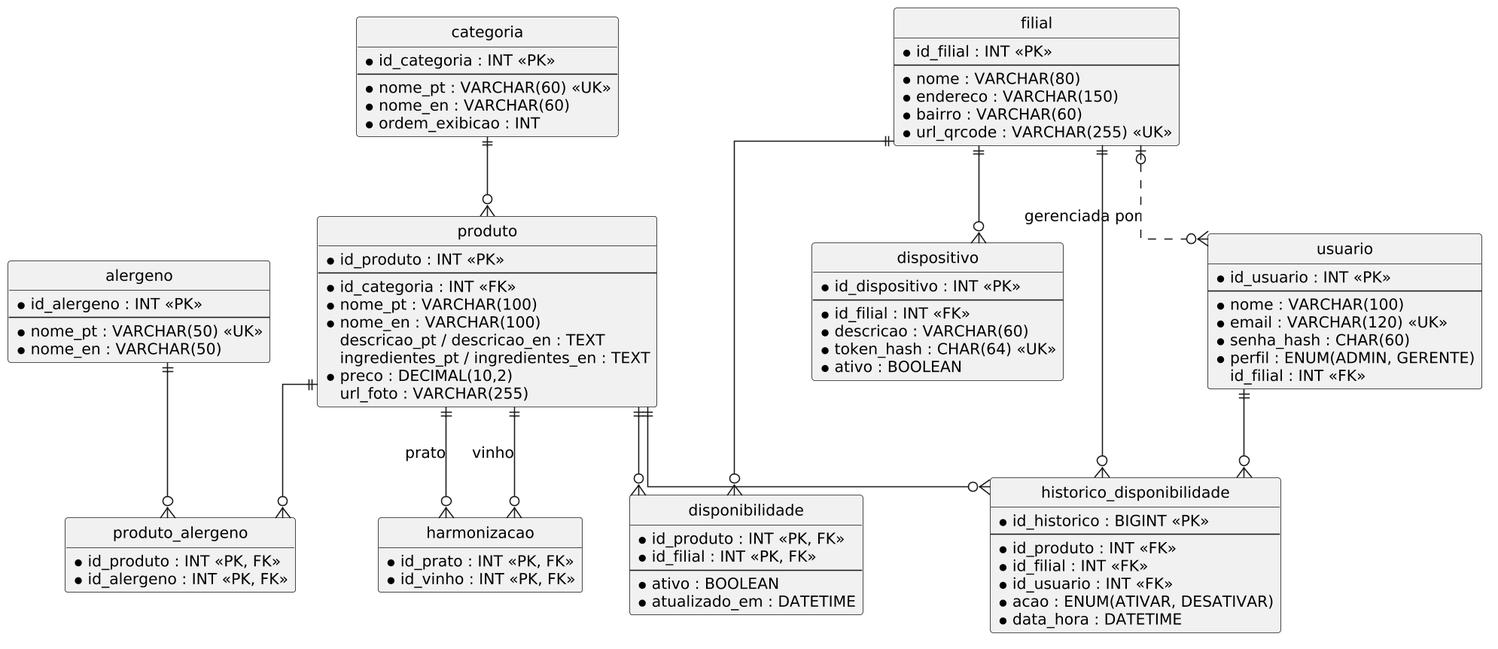
Before: diagramas/06_logico.png, a diagram exported from PlantUML (vitorfaust1no/PIM-II). Source of this version:
```plantuml
@startuml 06_logico
!include estilo.iuml
hide circle
hide methods
skinparam linetype ortho
skinparam nodesep 40
skinparam ranksep 60

entity filial {
  * id_filial : INT <<PK>>
  --
  * nome : VARCHAR(80)
  * endereco : VARCHAR(150)
  * bairro : VARCHAR(60)
  * url_qrcode : VARCHAR(255) <<UK>>
}

entity usuario {
  * id_usuario : INT <<PK>>
  --
  * nome : VARCHAR(100)
  * email : VARCHAR(120) <<UK>>
  * senha_hash : CHAR(60)
  * perfil : ENUM(ADMIN, GERENTE)
  id_filial : INT <<FK>>
}

entity dispositivo {
  * id_dispositivo : INT <<PK>>
  --
  * id_filial : INT <<FK>>
  * descricao : VARCHAR(60)
  * token_hash : CHAR(64) <<UK>>
  * ativo : BOOLEAN
}

entity categoria {
  * id_categoria : INT <<PK>>
  --
  * nome_pt : VARCHAR(60) <<UK>>
  * nome_en : VARCHAR(60)
  * ordem_exibicao : INT
}

entity produto {
  * id_produto : INT <<PK>>
  --
  * id_categoria : INT <<FK>>
  * nome_pt : VARCHAR(100)
  * nome_en : VARCHAR(100)
  descricao_pt / descricao_en : TEXT
  ingredientes_pt / ingredientes_en : TEXT
  * preco : DECIMAL(10,2)
  url_foto : VARCHAR(255)
}

entity alergeno {
  * id_alergeno : INT <<PK>>
  --
  * nome_pt : VARCHAR(50) <<UK>>
  * nome_en : VARCHAR(50)
}

entity produto_alergeno {
  * id_produto : INT <<PK, FK>>
  * id_alergeno : INT <<PK, FK>>
}

entity harmonizacao {
  * id_prato : INT <<PK, FK>>
  * id_vinho : INT <<PK, FK>>
}

entity disponibilidade {
  * id_produto : INT <<PK, FK>>
  * id_filial : INT <<PK, FK>>
  --
  * ativo : BOOLEAN
  * atualizado_em : DATETIME
}

entity historico_disponibilidade {
  * id_historico : BIGINT <<PK>>
  --
  * id_produto : INT <<FK>>
  * id_filial : INT <<FK>>
  * id_usuario : INT <<FK>>
  * acao : ENUM(ATIVAR, DESATIVAR)
  * data_hora : DATETIME
}

categoria ||--o{ produto
alergeno ||--o{ produto_alergeno
produto ||--o{ produto_alergeno
produto ||--o{ harmonizacao : prato
produto ||--o{ harmonizacao : vinho
produto ||--o{ disponibilidade
filial ||--o{ disponibilidade
filial |o..o{ usuario : gerenciada por
filial ||--o{ dispositivo
produto ||--o{ historico_disponibilidade
filial ||--o{ historico_disponibilidade
usuario ||--o{ historico_disponibilidade
@enduml
```
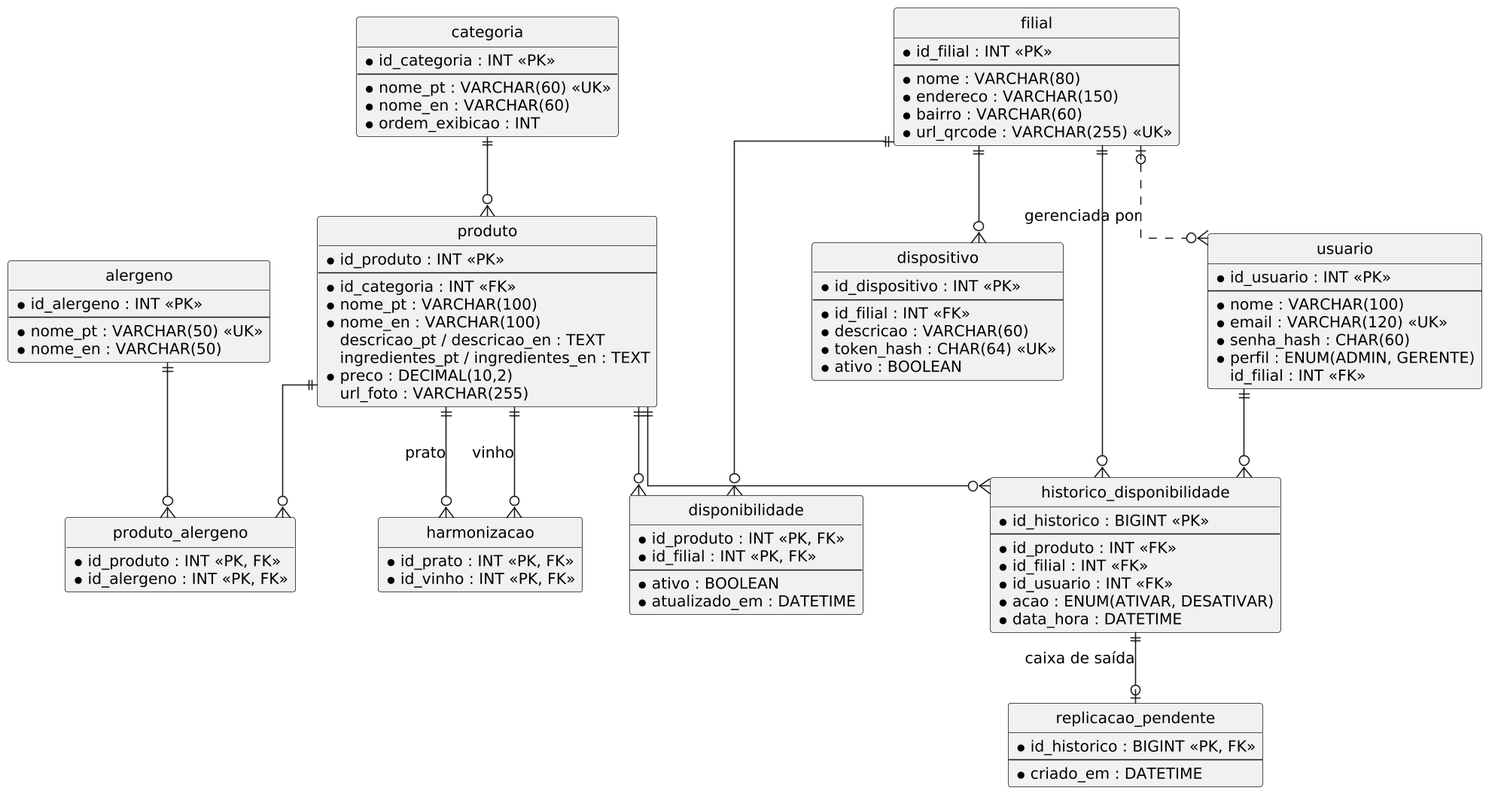
Later version of the same file.

Commit message:
docs(diagramas): replicacao_pendente no modelo logico; DBML e PDF do banco atualizados

Diff of the diagram source:
```diff
@@ -89,6 +89,12 @@
   * data_hora : DATETIME
 }
 
+entity replicacao_pendente {
+  * id_historico : BIGINT <<PK, FK>>
+  --
+  * criado_em : DATETIME
+}
+
 categoria ||--o{ produto
 alergeno ||--o{ produto_alergeno
 produto ||--o{ produto_alergeno
@@ -101,4 +107,5 @@
 produto ||--o{ historico_disponibilidade
 filial ||--o{ historico_disponibilidade
 usuario ||--o{ historico_disponibilidade
+historico_disponibilidade ||--o| replicacao_pendente : caixa de saída
 @enduml
```
